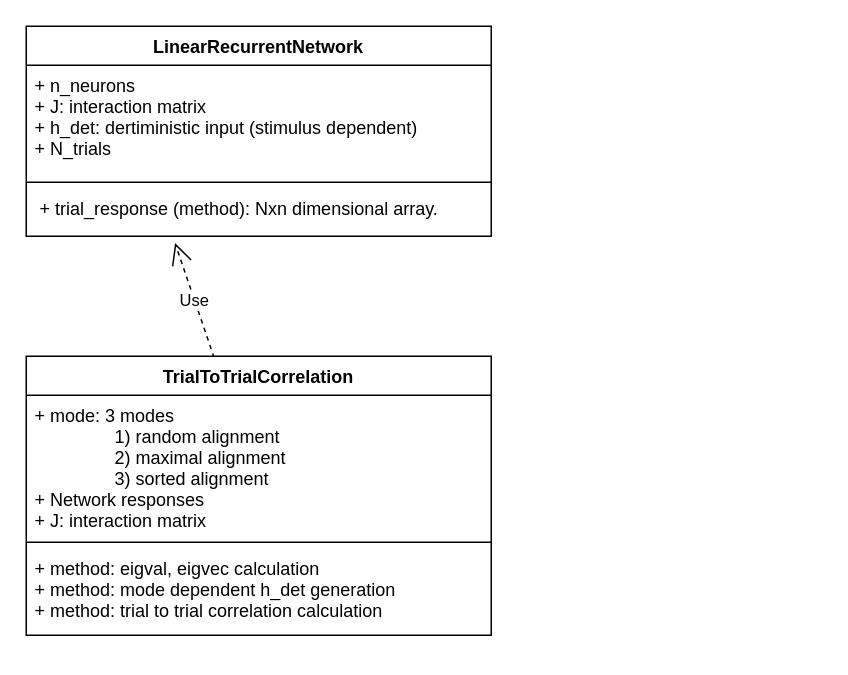
This is 1D_RNN.drawio from rzhou-space/MA_Networks, a draw.io file, before an edit. Source tidied: cells renumbered, new cells numbered last; positions are measured from the earlier drawing's top-left corner, leaving out a move shared by most shapes. Both pictures are drawn from the tidied source at 150%, with x=0, y=0 at pixel (26, 26).
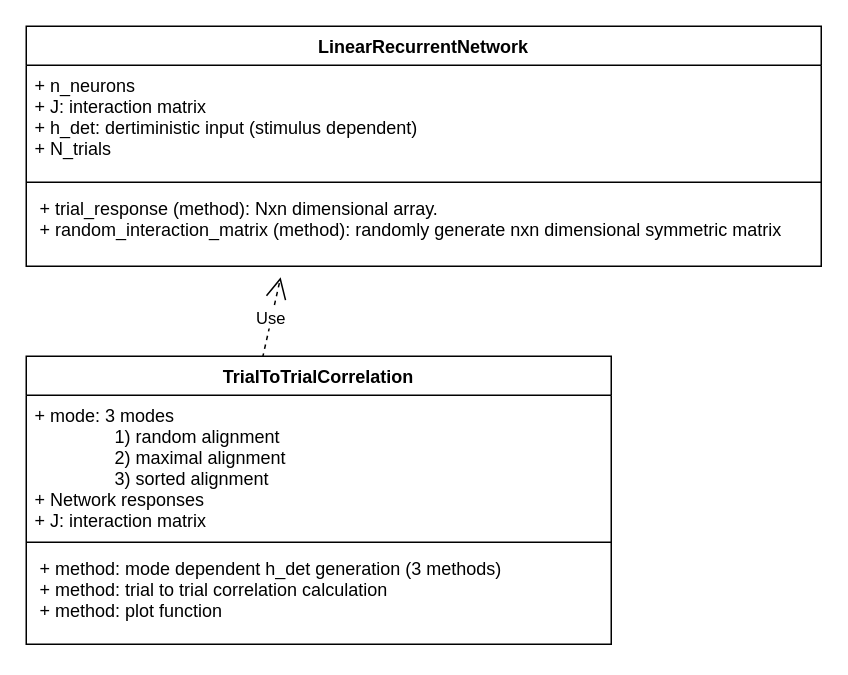
After the change.

Change to the diagram source:
```diff
@@
 <mxGraphModel>
   <root>
     <mxCell id="0" />
     <mxCell id="1" parent="0" />
     <mxCell id="2" value="LinearRecurrentNetwork" style="swimlane;fontStyle=1;align=center;verticalAlign=top;horizontal=1;startSize=26;" parent="1" vertex="1">
-      <mxGeometry width="310" height="140" as="geometry" />
+      <mxGeometry width="530" height="160" as="geometry" />
     </mxCell>
     <mxCell id="3" value="+ n_neurons&#10;+ J: interaction matrix&#10;+ h_det: dertiministic input (stimulus dependent)&#10;+ N_trials" style="text;strokeColor=none;fillColor=none;align=left;verticalAlign=top;spacingLeft=4;spacingRight=4;overflow=hidden;" parent="2" vertex="1">
-      <mxGeometry y="26" width="310" height="74" as="geometry" />
+      <mxGeometry y="26" width="530" height="74" as="geometry" />
     </mxCell>
     <mxCell id="4" style="line;strokeWidth=1;fillColor=none;align=left;verticalAlign=middle;spacingTop=-1;spacingLeft=3;spacingRight=3;labelPosition=right;" parent="2" vertex="1">
-      <mxGeometry y="100" width="310" height="8" as="geometry" />
+      <mxGeometry y="100" width="530" height="8" as="geometry" />
     </mxCell>
-    <mxCell id="5" value=" + trial_response (method): Nxn dimensional array.&#10; " style="text;strokeColor=none;fillColor=none;align=left;verticalAlign=top;spacingLeft=4;spacingRight=4;overflow=hidden;points=[[0,0.5],[1,0.5]];portConstraint=eastwest;" parent="2" vertex="1">
-      <mxGeometry y="108" width="310" height="32" as="geometry" />
+    <mxCell id="5" value=" + trial_response (method): Nxn dimensional array.&#10; + random_interaction_matrix (method): randomly generate nxn dimensional symmetric matrix &#10; " style="text;strokeColor=none;fillColor=none;align=left;verticalAlign=top;spacingLeft=4;spacingRight=4;overflow=hidden;points=[[0,0.5],[1,0.5]];portConstraint=eastwest;" parent="2" vertex="1">
+      <mxGeometry y="108" width="530" height="52" as="geometry" />
     </mxCell>
     <mxCell id="6" value="Use" style="endArrow=open;endSize=12;dashed=1;html=1;rounded=0;entryX=0.32;entryY=1.142;entryDx=0;entryDy=0;entryPerimeter=0;exitX=0.404;exitY=0.005;exitDx=0;exitDy=0;exitPerimeter=0;" parent="1" edge="1" source="7" target="5">
       <mxGeometry relative="1" as="geometry" />
     </mxCell>
     <mxCell id="7" value="TrialToTrialCorrelation" style="swimlane;fontStyle=1;align=center;verticalAlign=top;horizontal=1;startSize=26;" parent="1" vertex="1">
-      <mxGeometry y="220" width="310" height="186" as="geometry" />
+      <mxGeometry y="220" width="390" height="192" as="geometry" />
     </mxCell>
     <mxCell id="8" value="+ mode: 3 modes&#10;                1) random alignment&#10;                2) maximal alignment&#10;                3) sorted alignment&#10;+ Network responses&#10;+ J: interaction matrix&#10; &#10;" style="text;strokeColor=none;fillColor=none;align=left;verticalAlign=top;spacingLeft=4;spacingRight=4;overflow=hidden;" parent="7" vertex="1">
-      <mxGeometry y="26" width="310" height="94" as="geometry" />
+      <mxGeometry y="26" width="390" height="94" as="geometry" />
     </mxCell>
     <mxCell id="9" style="line;strokeWidth=1;fillColor=none;align=left;verticalAlign=middle;spacingTop=-1;spacingLeft=3;spacingRight=3;labelPosition=right;" parent="7" vertex="1">
-      <mxGeometry y="120" width="310" height="8" as="geometry" />
+      <mxGeometry y="120" width="390" height="8" as="geometry" />
     </mxCell>
-    <mxCell id="10" value="+ method: eigval, eigvec calculation &#10;+ method: mode dependent h_det generation&#10;+ method: trial to trial correlation calculation &#10; " style="text;strokeColor=none;fillColor=none;align=left;verticalAlign=top;spacingLeft=4;spacingRight=4;overflow=hidden;" parent="7" vertex="1">
-      <mxGeometry y="128" width="310" height="58" as="geometry" />
+    <mxCell id="10" value=" + method: mode dependent h_det generation (3 methods)&#10; + method: trial to trial correlation calculation&#10; + method: plot function &#10; " style="text;strokeColor=none;fillColor=none;align=left;verticalAlign=top;spacingLeft=4;spacingRight=4;overflow=hidden;" parent="7" vertex="1">
+      <mxGeometry y="128" width="390" height="64" as="geometry" />
     </mxCell>
   </root>
 </mxGraphModel>
```
